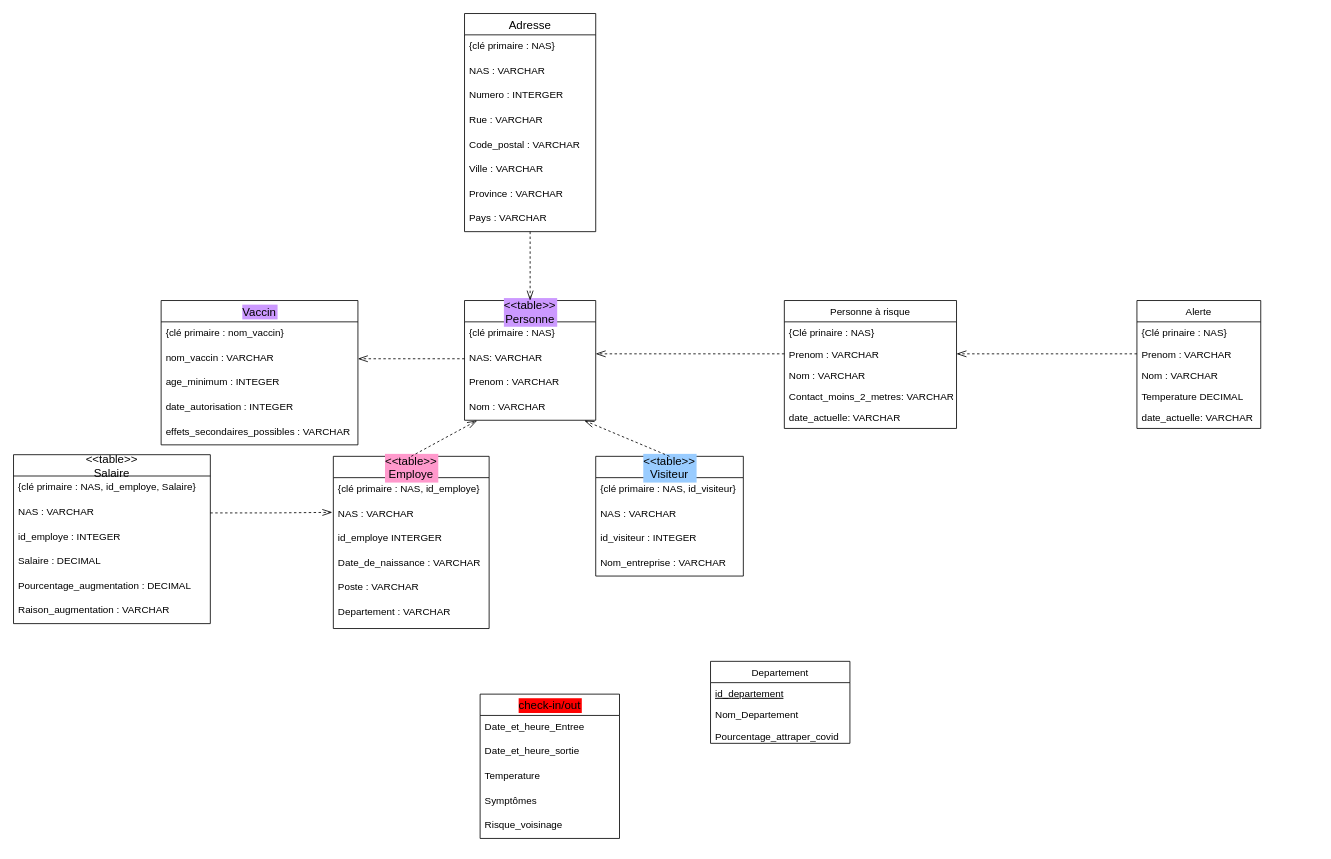
Earlier version of the draw.io diagram DRAWIO/schema relationnel.drawio (Carl-Montpetit/database-sql). Source tidied: cells renumbered, new cells numbered last; positions are measured from the earlier drawing's top-left corner, leaving out a move shared by most shapes. Both pictures are drawn from the tidied source at 82%, with x=0, y=0 at pixel (13, 13).
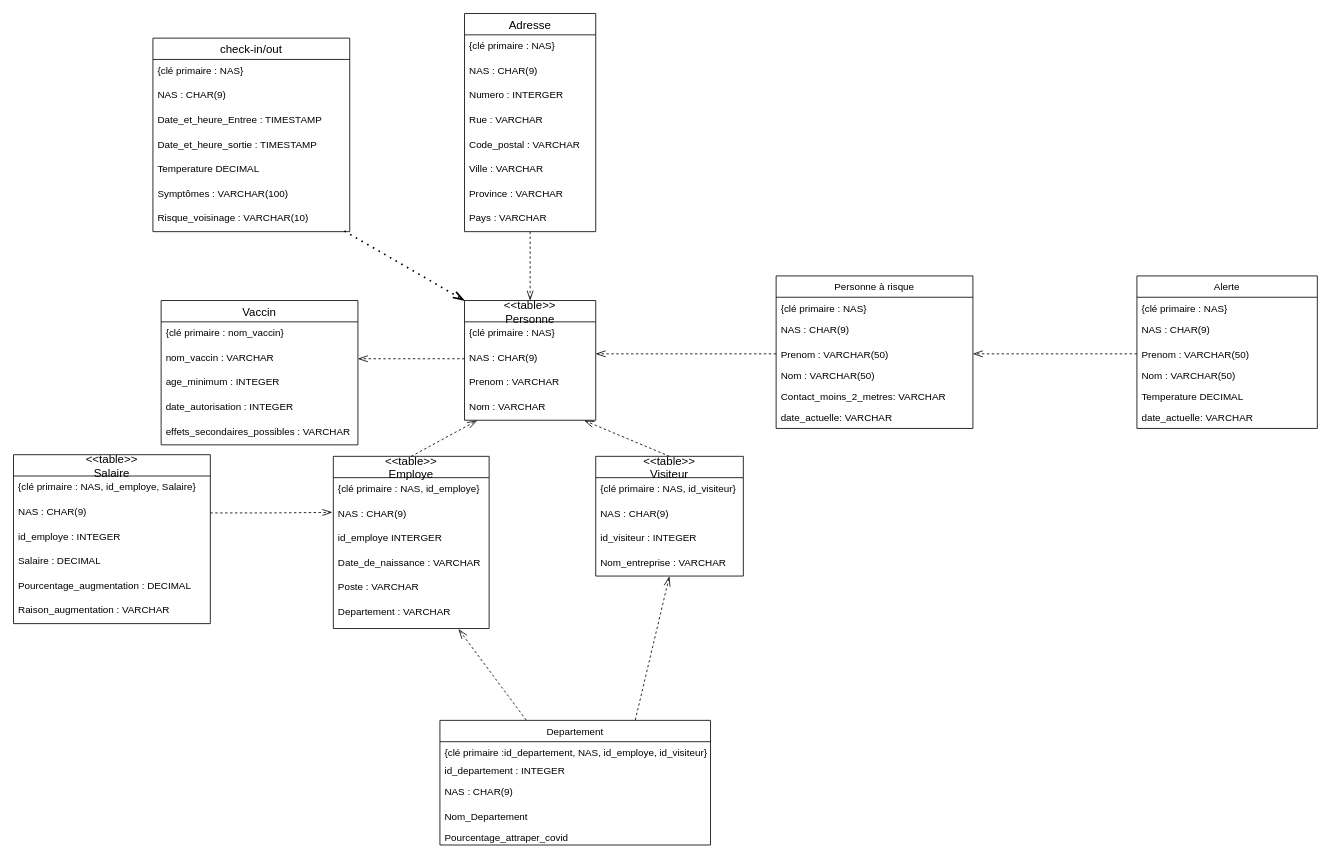
Above is the later version.

Commit message:
Schéma relationnel

The change refers to these unchanged cells:
```xml
<mxCell id="19" value="Departement : VARCHAR" style="text;strokeColor=none;fillColor=none;spacingLeft=4;spacingRight=4;overflow=hidden;points=[[0,0.5],[1,0.5]];portConstraint=eastwest;fontSize=12;" parent="13" vertex="1">
  <mxGeometry y="176" width="190" height="34" as="geometry" />
</mxCell>
<mxCell id="24" value="Nom_entreprise : VARCHAR" style="text;strokeColor=none;fillColor=none;spacingLeft=4;spacingRight=4;overflow=hidden;points=[[0,0.5],[1,0.5]];portConstraint=eastwest;fontSize=12;" parent="20" vertex="1">
  <mxGeometry y="116" width="180" height="30" as="geometry" />
</mxCell>
<mxCell id="41" value="&lt;&lt;table&gt;&gt;&#10;Salaire" style="swimlane;fontStyle=0;horizontal=1;startSize=26;align=center;fontSize=14;strokeWidth=1;" parent="1" vertex="1">
  <mxGeometry y="538" width="240" height="206" as="geometry" />
</mxCell>
<mxCell id="49" value="Adresse" style="swimlane;fontStyle=0;horizontal=1;startSize=26;align=center;fontSize=14;strokeWidth=1;" parent="1" vertex="1">
  <mxGeometry x="550" width="160" height="266" as="geometry" />
</mxCell>
```

The edit, as a diff of the source:
```diff
@@
     <mxCell id="2" value="Personne à risque" style="swimlane;fontStyle=0;horizontal=1;startSize=26;" parent="1" vertex="1">
-      <mxGeometry x="940" y="350" width="210" height="156" as="geometry" />
+      <mxGeometry x="930" y="320" width="240" height="186" as="geometry" />
     </mxCell>
-    <mxCell id="3" value="{Clé prinaire : NAS}" style="text;strokeColor=none;fillColor=none;align=left;verticalAlign=top;spacingLeft=4;spacingRight=4;overflow=hidden;fontStyle=0;" parent="2" vertex="1">
-      <mxGeometry y="26" width="210" height="26" as="geometry" />
+    <mxCell id="3" value="{clé primaire : NAS}" style="text;strokeColor=none;fillColor=none;align=left;verticalAlign=top;spacingLeft=4;spacingRight=4;overflow=hidden;fontStyle=0;" parent="2" vertex="1">
+      <mxGeometry y="26" width="240" height="26" as="geometry" />
     </mxCell>
+    <mxCell id="71" value="NAS : CHAR(9)" style="text;strokeColor=none;fillColor=none;spacingLeft=4;spacingRight=4;overflow=hidden;fontSize=12;fontStyle=0;" parent="2" vertex="1">
+      <mxGeometry y="52" width="240" height="30" as="geometry" />
+    </mxCell>
-    <mxCell id="4" value="Prenom : VARCHAR" style="text;strokeColor=none;fillColor=none;align=left;verticalAlign=top;spacingLeft=4;spacingRight=4;overflow=hidden;points=[[0,0.5],[1,0.5]];portConstraint=eastwest;" parent="2" vertex="1">
-      <mxGeometry y="52" width="210" height="26" as="geometry" />
+    <mxCell id="4" value="Prenom : VARCHAR(50)" style="text;strokeColor=none;fillColor=none;align=left;verticalAlign=top;spacingLeft=4;spacingRight=4;overflow=hidden;points=[[0,0.5],[1,0.5]];portConstraint=eastwest;" parent="2" vertex="1">
+      <mxGeometry y="82" width="240" height="26" as="geometry" />
     </mxCell>
-    <mxCell id="5" value="Nom : VARCHAR" style="text;strokeColor=none;fillColor=none;align=left;verticalAlign=top;spacingLeft=4;spacingRight=4;overflow=hidden;" parent="2" vertex="1">
-      <mxGeometry y="78" width="210" height="26" as="geometry" />
+    <mxCell id="5" value="Nom : VARCHAR(50)" style="text;strokeColor=none;fillColor=none;align=left;verticalAlign=top;spacingLeft=4;spacingRight=4;overflow=hidden;" parent="2" vertex="1">
+      <mxGeometry y="108" width="240" height="26" as="geometry" />
     </mxCell>
     <mxCell id="6" value="Contact_moins_2_metres: VARCHAR" style="text;strokeColor=none;fillColor=none;align=left;verticalAlign=top;spacingLeft=4;spacingRight=4;overflow=hidden;" parent="2" vertex="1">
-      <mxGeometry y="104" width="210" height="26" as="geometry" />
+      <mxGeometry y="134" width="240" height="26" as="geometry" />
     </mxCell>
-    <mxCell id="7" value="date_actuelle: VARCHAR" style="text;strokeColor=none;fillColor=none;align=left;verticalAlign=top;spacingLeft=4;spacingRight=4;overflow=hidden;" parent="2" vertex="1">
-      <mxGeometry y="130" width="210" height="26" as="geometry" />
+    <mxCell id="7" value="date_actuelle: VARCHAR " style="text;strokeColor=none;fillColor=none;align=left;verticalAlign=top;spacingLeft=4;spacingRight=4;overflow=hidden;" parent="2" vertex="1">
+      <mxGeometry y="160" width="240" height="26" as="geometry" />
     </mxCell>
-    <mxCell id="8" value="&lt;&lt;table&gt;&gt;&#10;Personne" style="swimlane;fontStyle=0;horizontal=1;startSize=26;align=center;fontSize=14;labelBackgroundColor=#CC99FF;swimlaneLine=1;glass=0;shadow=0;" parent="1" vertex="1">
+    <mxCell id="8" value="&lt;&lt;table&gt;&gt;&#10;Personne" style="swimlane;fontStyle=0;horizontal=1;startSize=26;align=center;fontSize=14;labelBackgroundColor=none;swimlaneLine=1;glass=0;shadow=0;" parent="1" vertex="1">
       <mxGeometry x="550" y="350" width="160" height="146" as="geometry" />
     </mxCell>
@@
-    <mxCell id="10" value="NAS: VARCHAR" style="text;strokeColor=none;fillColor=none;spacingLeft=4;spacingRight=4;overflow=hidden;points=[[0,0.5],[1,0.5]];portConstraint=eastwest;fontSize=12;fontStyle=0;" parent="8" vertex="1">
+    <mxCell id="10" value="NAS : CHAR(9)" style="text;strokeColor=none;fillColor=none;spacingLeft=4;spacingRight=4;overflow=hidden;points=[[0,0.5],[1,0.5]];portConstraint=eastwest;fontSize=12;fontStyle=0;" parent="8" vertex="1">
       <mxGeometry y="56" width="160" height="30" as="geometry" />
     </mxCell>
@@
-    <mxCell id="13" value="&lt;&lt;table&gt;&gt;&#10;Employe" style="swimlane;fontStyle=0;horizontal=1;startSize=26;align=center;fontSize=14;labelBackgroundColor=#FF99CC;" parent="1" vertex="1">
+    <mxCell id="13" value="&lt;&lt;table&gt;&gt;&#10;Employe" style="swimlane;fontStyle=0;horizontal=1;startSize=26;align=center;fontSize=14;labelBackgroundColor=none;" parent="1" vertex="1">
       <mxGeometry x="390" y="540" width="190" height="210" as="geometry" />
     </mxCell>
@@
-    <mxCell id="15" value="NAS : VARCHAR" style="text;strokeColor=none;fillColor=none;spacingLeft=4;spacingRight=4;overflow=hidden;points=[[0,0.5],[1,0.5]];portConstraint=eastwest;fontSize=12;" parent="13" vertex="1">
+    <mxCell id="15" value="NAS : CHAR(9)" style="text;strokeColor=none;fillColor=none;spacingLeft=4;spacingRight=4;overflow=hidden;points=[[0,0.5],[1,0.5]];portConstraint=eastwest;fontSize=12;" parent="13" vertex="1">
       <mxGeometry y="56" width="190" height="30" as="geometry" />
     </mxCell>
@@
-    <mxCell id="20" value="&lt;&lt;table&gt;&gt;&#10;Visiteur" style="swimlane;fontStyle=0;horizontal=1;startSize=26;align=center;fontSize=14;labelBackgroundColor=#99CCFF;" parent="1" vertex="1">
+    <mxCell id="20" value="&lt;&lt;table&gt;&gt;&#10;Visiteur" style="swimlane;fontStyle=0;horizontal=1;startSize=26;align=center;fontSize=14;labelBackgroundColor=none;" parent="1" vertex="1">
       <mxGeometry x="710" y="540" width="180" height="146" as="geometry" />
     </mxCell>
@@
-    <mxCell id="22" value="NAS : VARCHAR" style="text;strokeColor=none;fillColor=none;spacingLeft=4;spacingRight=4;overflow=hidden;fontSize=12;" parent="20" vertex="1">
+    <mxCell id="22" value="NAS : CHAR(9)" style="text;strokeColor=none;fillColor=none;spacingLeft=4;spacingRight=4;overflow=hidden;fontSize=12;" parent="20" vertex="1">
       <mxGeometry y="56" width="180" height="30" as="geometry" />
     </mxCell>
@@
     <mxCell id="25" value="Departement" style="swimlane;fontStyle=0;horizontal=1;startSize=26;" parent="1" vertex="1">
-      <mxGeometry x="850" y="790" width="170" height="100" as="geometry" />
+      <mxGeometry x="520" y="862" width="330" height="152" as="geometry" />
     </mxCell>
+    <mxCell id="72" value="{clé primaire :id_departement, NAS, id_employe, id_visiteur}" style="text;strokeColor=none;fillColor=none;align=left;verticalAlign=top;spacingLeft=4;spacingRight=4;overflow=hidden;" parent="25" vertex="1">
+      <mxGeometry y="26" width="330" height="22" as="geometry" />
+    </mxCell>
-    <mxCell id="26" value="id_departement" style="text;strokeColor=none;fillColor=none;align=left;verticalAlign=top;spacingLeft=4;spacingRight=4;overflow=hidden;fontStyle=4;" parent="25" vertex="1">
-      <mxGeometry y="26" width="170" height="26" as="geometry" />
+    <mxCell id="26" value="id_departement : INTEGER" style="text;strokeColor=none;fillColor=none;align=left;verticalAlign=top;spacingLeft=4;spacingRight=4;overflow=hidden;fontStyle=0;" parent="25" vertex="1">
+      <mxGeometry y="48" width="330" height="26" as="geometry" />
     </mxCell>
+    <mxCell id="73" value="NAS : CHAR(9)" style="text;strokeColor=none;fillColor=none;spacingLeft=4;spacingRight=4;overflow=hidden;fontSize=12;fontStyle=0;" parent="25" vertex="1">
+      <mxGeometry y="74" width="330" height="30" as="geometry" />
+    </mxCell>
     <mxCell id="27" value="Nom_Departement" style="text;strokeColor=none;fillColor=none;align=left;verticalAlign=top;spacingLeft=4;spacingRight=4;overflow=hidden;" parent="25" vertex="1">
-      <mxGeometry y="52" width="170" height="26" as="geometry" />
+      <mxGeometry y="104" width="330" height="26" as="geometry" />
     </mxCell>
     <mxCell id="28" value="Pourcentage_attraper_covid" style="text;strokeColor=none;fillColor=none;align=left;verticalAlign=top;spacingLeft=4;spacingRight=4;overflow=hidden;" parent="25" vertex="1">
-      <mxGeometry y="78" width="170" height="22" as="geometry" />
+      <mxGeometry y="130" width="330" height="22" as="geometry" />
     </mxCell>
     <mxCell id="29" value="Alerte" style="swimlane;fontStyle=0;horizontal=1;startSize=26;strokeWidth=1;" parent="1" vertex="1">
-      <mxGeometry x="1370" y="350" width="151" height="156" as="geometry" />
+      <mxGeometry x="1370" y="320" width="220" height="186" as="geometry" />
     </mxCell>
-    <mxCell id="30" value="{Clé prinaire : NAS}" style="text;strokeColor=none;fillColor=none;align=left;verticalAlign=top;spacingLeft=4;spacingRight=4;overflow=hidden;fontStyle=0;" parent="29" vertex="1">
-      <mxGeometry y="26" width="151" height="26" as="geometry" />
+    <mxCell id="30" value="{clé primaire : NAS}" style="text;strokeColor=none;fillColor=none;align=left;verticalAlign=top;spacingLeft=4;spacingRight=4;overflow=hidden;fontStyle=0;" parent="29" vertex="1">
+      <mxGeometry y="26" width="220" height="26" as="geometry" />
     </mxCell>
+    <mxCell id="74" value="NAS : CHAR(9)" style="text;strokeColor=none;fillColor=none;spacingLeft=4;spacingRight=4;overflow=hidden;fontSize=12;fontStyle=0;" parent="29" vertex="1">
+      <mxGeometry y="52" width="220" height="30" as="geometry" />
+    </mxCell>
-    <mxCell id="31" value="Prenom : VARCHAR" style="text;strokeColor=none;fillColor=none;align=left;verticalAlign=top;spacingLeft=4;spacingRight=4;overflow=hidden;points=[[0,0.5],[1,0.5]];portConstraint=eastwest;" parent="29" vertex="1">
-      <mxGeometry y="52" width="151" height="26" as="geometry" />
+    <mxCell id="31" value="Prenom : VARCHAR(50)" style="text;strokeColor=none;fillColor=none;align=left;verticalAlign=top;spacingLeft=4;spacingRight=4;overflow=hidden;points=[[0,0.5],[1,0.5]];portConstraint=eastwest;" parent="29" vertex="1">
+      <mxGeometry y="82" width="220" height="26" as="geometry" />
     </mxCell>
-    <mxCell id="32" value="Nom : VARCHAR" style="text;strokeColor=none;fillColor=none;align=left;verticalAlign=top;spacingLeft=4;spacingRight=4;overflow=hidden;" parent="29" vertex="1">
-      <mxGeometry y="78" width="151" height="26" as="geometry" />
+    <mxCell id="32" value="Nom : VARCHAR(50)" style="text;strokeColor=none;fillColor=none;align=left;verticalAlign=top;spacingLeft=4;spacingRight=4;overflow=hidden;" parent="29" vertex="1">
+      <mxGeometry y="108" width="220" height="26" as="geometry" />
     </mxCell>
     <mxCell id="33" value="Temperature DECIMAL" style="text;strokeColor=none;fillColor=none;align=left;verticalAlign=top;spacingLeft=4;spacingRight=4;overflow=hidden;" parent="29" vertex="1">
-      <mxGeometry y="104" width="151" height="26" as="geometry" />
+      <mxGeometry y="134" width="220" height="26" as="geometry" />
     </mxCell>
     <mxCell id="34" value="date_actuelle: VARCHAR" style="text;strokeColor=none;fillColor=none;align=left;verticalAlign=top;spacingLeft=4;spacingRight=4;overflow=hidden;" parent="29" vertex="1">
-      <mxGeometry y="130" width="151" height="26" as="geometry" />
+      <mxGeometry y="160" width="220" height="26" as="geometry" />
     </mxCell>
-    <mxCell id="35" value="Vaccin" style="swimlane;fontStyle=0;horizontal=1;startSize=26;align=center;fontSize=14;labelBackgroundColor=#CC99FF;" parent="1" vertex="1">
+    <mxCell id="35" value="Vaccin" style="swimlane;fontStyle=0;horizontal=1;startSize=26;align=center;fontSize=14;labelBackgroundColor=none;" parent="1" vertex="1">
       <mxGeometry x="180" y="350" width="240" height="176" as="geometry" />
     </mxCell>
@@
-    <mxCell id="43" value="NAS : VARCHAR" style="text;strokeColor=none;fillColor=none;spacingLeft=4;spacingRight=4;overflow=hidden;points=[[0,0.5],[1,0.5]];portConstraint=eastwest;fontSize=12;fontStyle=0;" parent="41" vertex="1">
+    <mxCell id="43" value="NAS : CHAR(9)" style="text;strokeColor=none;fillColor=none;spacingLeft=4;spacingRight=4;overflow=hidden;points=[[0,0.5],[1,0.5]];portConstraint=eastwest;fontSize=12;fontStyle=0;" parent="41" vertex="1">
       <mxGeometry y="56" width="240" height="30" as="geometry" />
     </mxCell>
@@
-    <mxCell id="51" value="NAS : VARCHAR" style="text;strokeColor=none;fillColor=none;spacingLeft=4;spacingRight=4;overflow=hidden;fontSize=12;" parent="49" vertex="1">
+    <mxCell id="51" value="NAS : CHAR(9)" style="text;strokeColor=none;fillColor=none;spacingLeft=4;spacingRight=4;overflow=hidden;fontSize=12;" parent="49" vertex="1">
       <mxGeometry y="56" width="160" height="30" as="geometry" />
     </mxCell>
@@
-    <mxCell id="58" value="check-in/out" style="swimlane;fontStyle=0;horizontal=1;startSize=26;align=center;fontSize=14;labelBackgroundColor=#FF0000;" parent="1" vertex="1">
-      <mxGeometry x="569" y="830" width="170" height="176" as="geometry" />
-    </mxCell>
-    <mxCell id="59" value="Date_et_heure_Entree" style="text;strokeColor=none;fillColor=none;spacingLeft=4;spacingRight=4;overflow=hidden;fontSize=12;" parent="58" vertex="1">
-      <mxGeometry y="26" width="170" height="30" as="geometry" />
-    </mxCell>
-    <mxCell id="60" value="Date_et_heure_sortie" style="text;strokeColor=none;fillColor=none;spacingLeft=4;spacingRight=4;overflow=hidden;fontSize=12;" parent="58" vertex="1">
-      <mxGeometry y="56" width="170" height="30" as="geometry" />
-    </mxCell>
-    <mxCell id="61" value="Temperature" style="text;strokeColor=none;fillColor=none;spacingLeft=4;spacingRight=4;overflow=hidden;fontSize=12;" parent="58" vertex="1">
-      <mxGeometry y="86" width="170" height="30" as="geometry" />
-    </mxCell>
-    <mxCell id="62" value="Symptômes" style="text;strokeColor=none;fillColor=none;spacingLeft=4;spacingRight=4;overflow=hidden;fontSize=12;" parent="58" vertex="1">
-      <mxGeometry y="116" width="170" height="30" as="geometry" />
-    </mxCell>
-    <mxCell id="63" value="Risque_voisinage" style="text;strokeColor=none;fillColor=none;spacingLeft=4;spacingRight=4;overflow=hidden;fontSize=12;" parent="58" vertex="1">
-      <mxGeometry y="146" width="170" height="30" as="geometry" />
-    </mxCell>
@@
+    <mxCell id="75" style="endArrow=openThin;html=1;entryX=0.803;entryY=1.019;entryDx=0;entryDy=0;entryPerimeter=0;exitX=0.319;exitY=-0.002;exitDx=0;exitDy=0;endFill=0;endSize=10;dashed=1;exitPerimeter=0;" parent="1" edge="1" source="25" target="19">
+      <mxGeometry relative="1" as="geometry" />
+    </mxCell>
+    <mxCell id="76" style="endArrow=openThin;html=1;endFill=0;endSize=10;dashed=1;exitX=0.722;exitY=-0.003;exitDx=0;exitDy=0;exitPerimeter=0;entryX=0.499;entryY=1.01;entryDx=0;entryDy=0;entryPerimeter=0;" parent="1" edge="1" source="25" target="24">
+      <mxGeometry relative="1" as="geometry" />
+    </mxCell>
+    <mxCell id="58" value="check-in/out" style="swimlane;fontStyle=0;horizontal=1;startSize=26;align=center;fontSize=14;labelBackgroundColor=#FFFFFF;" parent="1" vertex="1">
+      <mxGeometry x="170" y="30" width="240" height="236" as="geometry" />
+    </mxCell>
+    <mxCell id="77" value="{clé primaire : NAS}" style="text;strokeColor=none;fillColor=none;spacingLeft=4;spacingRight=4;overflow=hidden;fontSize=12;fontStyle=0;" parent="58" vertex="1">
+      <mxGeometry y="26" width="240" height="30" as="geometry" />
+    </mxCell>
+    <mxCell id="78" value="NAS : CHAR(9)" style="text;strokeColor=none;fillColor=none;spacingLeft=4;spacingRight=4;overflow=hidden;fontSize=12;" parent="58" vertex="1">
+      <mxGeometry y="56" width="240" height="30" as="geometry" />
+    </mxCell>
+    <mxCell id="79" value="Date_et_heure_Entree : TIMESTAMP" style="text;strokeColor=none;fillColor=none;spacingLeft=4;spacingRight=4;overflow=hidden;fontSize=12;" parent="58" vertex="1">
+      <mxGeometry y="86" width="240" height="30" as="geometry" />
+    </mxCell>
+    <mxCell id="80" value="Date_et_heure_sortie : TIMESTAMP" style="text;strokeColor=none;fillColor=none;spacingLeft=4;spacingRight=4;overflow=hidden;fontSize=12;" parent="58" vertex="1">
+      <mxGeometry y="116" width="240" height="30" as="geometry" />
+    </mxCell>
+    <mxCell id="81" value="Temperature DECIMAL" style="text;strokeColor=none;fillColor=none;spacingLeft=4;spacingRight=4;overflow=hidden;fontSize=12;" parent="58" vertex="1">
+      <mxGeometry y="146" width="240" height="30" as="geometry" />
+    </mxCell>
+    <mxCell id="82" value="Symptômes : VARCHAR(100)" style="text;strokeColor=none;fillColor=none;spacingLeft=4;spacingRight=4;overflow=hidden;fontSize=12;" parent="58" vertex="1">
+      <mxGeometry y="176" width="240" height="30" as="geometry" />
+    </mxCell>
+    <mxCell id="83" value="Risque_voisinage : VARCHAR(10)" style="text;strokeColor=none;fillColor=none;spacingLeft=4;spacingRight=4;overflow=hidden;points=[[0,0.5],[1,0.5]];portConstraint=eastwest;fontSize=12;" parent="58" vertex="1">
+      <mxGeometry y="206" width="240" height="30" as="geometry" />
+    </mxCell>
+    <mxCell id="84" style="endArrow=openThin;dashed=1;html=1;dashPattern=1 3;strokeWidth=2;endSize=10;entryX=0;entryY=0;entryDx=0;entryDy=0;endFill=0;exitX=0.973;exitY=0.977;exitDx=0;exitDy=0;exitPerimeter=0;" parent="1" edge="1" source="83" target="8">
+      <mxGeometry relative="1" as="geometry" />
+    </mxCell>
```
